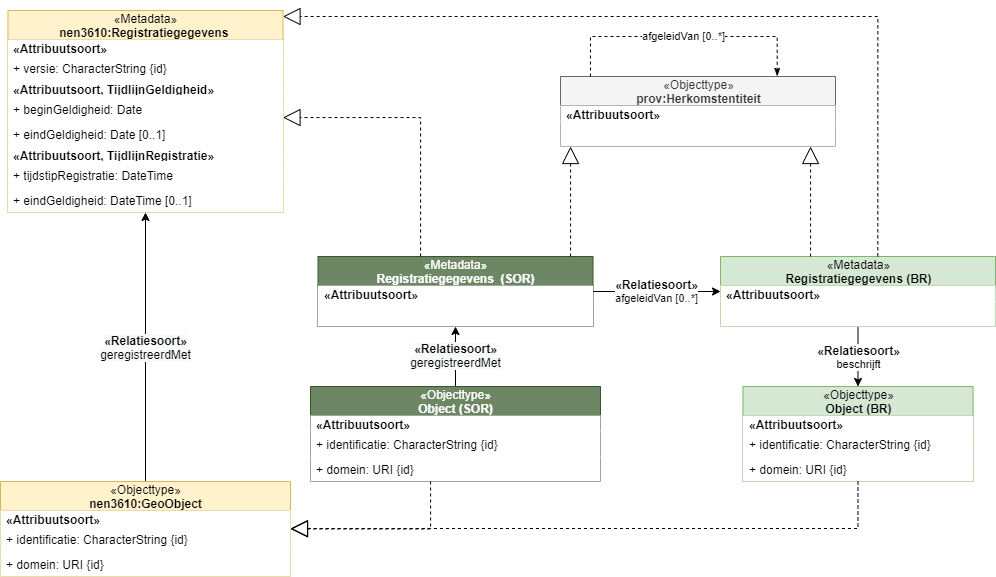
Before: media/metadata-herkomst-afleiding.drawio.png, a diagram exported from draw.io (Geonovum/disgeo-demo-3a). Source tidied: cells renumbered, new cells last; positions are measured from the earlier drawing's top-left corner, leaving out a move shared by most shapes. Source of this version:
```xml
<mxGraphModel>
  <root>
    <mxCell id="0" />
    <mxCell id="1" parent="0" />
    <mxCell id="2" value="&lt;span style=&quot;font-size: 12px ; background-color: rgb(248 , 249 , 250)&quot;&gt;&lt;b&gt;«Relatiesoort»&lt;br&gt;&lt;/b&gt;&lt;/span&gt;&lt;span style=&quot;font-size: 12px ; background-color: rgb(248 , 249 , 250)&quot;&gt;geregistreerdMet&lt;/span&gt;" style="rounded=0;jettySize=auto;html=1;" parent="1" edge="1" source="3" target="8">
      <mxGeometry relative="1" as="geometry" />
    </mxCell>
    <mxCell id="3" value="&lt;span style=&quot;font-weight: 400&quot;&gt;«Objecttype»&lt;/span&gt;&lt;br style=&quot;font-weight: 400&quot;&gt;Object (SOR)" style="swimlane;fontStyle=1;align=center;verticalAlign=middle;horizontal=1;startSize=29;html=1;fillColor=#6d8764;strokeColor=#3A5431;fontColor=#ffffff;" parent="1" vertex="1">
      <mxGeometry x="310" y="376" width="290" height="95" as="geometry" />
    </mxCell>
    <mxCell id="4" value="&lt;span style=&quot;text-align: center&quot;&gt;&lt;b&gt;«Attribuutsoort»&lt;/b&gt;&lt;/span&gt;" style="text;html=1;align=left;verticalAlign=middle;spacingLeft=4;spacingRight=4;overflow=hidden;fillColor=#ffffff;" parent="3" vertex="1">
      <mxGeometry y="29" width="290" height="16" as="geometry" />
    </mxCell>
    <mxCell id="5" value="+ identificatie: CharacterString {id}" style="text;html=1;align=left;verticalAlign=middle;spacingLeft=4;spacingRight=4;overflow=hidden;fillColor=#ffffff;" parent="3" vertex="1">
      <mxGeometry y="45" width="290" height="25" as="geometry" />
    </mxCell>
    <mxCell id="6" value="+ domein: URI {id}" style="text;html=1;align=left;verticalAlign=middle;spacingLeft=4;spacingRight=4;overflow=hidden;fillColor=#ffffff;" parent="3" vertex="1">
      <mxGeometry y="70" width="290" height="25" as="geometry" />
    </mxCell>
    <mxCell id="7" value="&lt;b style=&quot;font-size: 12px&quot;&gt;«Relatiesoort»&lt;br&gt;&lt;/b&gt;afgeleidVan [0..*]" style="edgeStyle=orthogonalEdgeStyle;rounded=0;jettySize=auto;html=1;" parent="1" edge="1" source="8" target="12">
      <mxGeometry relative="1" as="geometry" />
    </mxCell>
    <mxCell id="8" value="&lt;span style=&quot;font-weight: 400&quot;&gt;«Metadata»&lt;/span&gt;&lt;br style=&quot;font-weight: 400&quot;&gt;Registratiegegevens&amp;nbsp; (SOR)" style="swimlane;fontStyle=1;align=center;verticalAlign=middle;horizontal=1;startSize=29;html=1;fillColor=#6d8764;strokeColor=#3A5431;fontColor=#ffffff;" parent="1" vertex="1">
      <mxGeometry x="317.5" y="246" width="275" height="70" as="geometry" />
    </mxCell>
    <mxCell id="9" value="&lt;span style=&quot;text-align: center&quot;&gt;&lt;b&gt;«Attribuutsoort»&lt;/b&gt;&lt;/span&gt;" style="text;html=1;align=left;verticalAlign=middle;spacingLeft=4;spacingRight=4;overflow=hidden;fillColor=#ffffff;" parent="8" vertex="1">
      <mxGeometry y="29" width="275" height="16" as="geometry" />
    </mxCell>
    <mxCell id="10" style="text;html=1;align=left;verticalAlign=middle;spacingLeft=4;spacingRight=4;overflow=hidden;fillColor=#ffffff;" parent="8" vertex="1">
      <mxGeometry y="45" width="275" height="25" as="geometry" />
    </mxCell>
    <mxCell id="11" value="&lt;b style=&quot;font-size: 12px&quot;&gt;«Relatiesoort»&lt;br&gt;&lt;/b&gt;beschrijft" style="edgeStyle=orthogonalEdgeStyle;rounded=0;jettySize=auto;html=1;" parent="1" edge="1" source="12" target="15">
      <mxGeometry relative="1" as="geometry" />
    </mxCell>
    <mxCell id="12" value="&lt;span style=&quot;font-weight: 400&quot;&gt;«Metadata»&lt;/span&gt;&lt;br style=&quot;font-weight: 400&quot;&gt;Registratiegegevens (BR)" style="swimlane;fontStyle=1;align=center;verticalAlign=middle;horizontal=1;startSize=29;html=1;fillColor=#d5e8d4;strokeColor=#82b366;" parent="1" vertex="1">
      <mxGeometry x="720" y="246" width="275" height="70" as="geometry" />
    </mxCell>
    <mxCell id="13" value="&lt;span style=&quot;text-align: center&quot;&gt;&lt;b&gt;«Attribuutsoort»&lt;/b&gt;&lt;/span&gt;" style="text;html=1;align=left;verticalAlign=middle;spacingLeft=4;spacingRight=4;overflow=hidden;fillColor=#ffffff;" parent="12" vertex="1">
      <mxGeometry y="29" width="275" height="16" as="geometry" />
    </mxCell>
    <mxCell id="14" style="text;html=1;align=left;verticalAlign=middle;spacingLeft=4;spacingRight=4;overflow=hidden;fillColor=#ffffff;" parent="12" vertex="1">
      <mxGeometry y="45" width="275" height="25" as="geometry" />
    </mxCell>
    <mxCell id="15" value="&lt;span style=&quot;font-weight: 400&quot;&gt;«Objecttype»&lt;/span&gt;&lt;br style=&quot;font-weight: 400&quot;&gt;Object (BR)" style="swimlane;fontStyle=1;align=center;verticalAlign=middle;horizontal=1;startSize=29;html=1;fillColor=#d5e8d4;strokeColor=#82b366;" parent="1" vertex="1">
      <mxGeometry x="742.5" y="376" width="230" height="95" as="geometry" />
    </mxCell>
    <mxCell id="16" value="&lt;span style=&quot;text-align: center&quot;&gt;&lt;b&gt;«Attribuutsoort»&lt;/b&gt;&lt;/span&gt;" style="text;html=1;align=left;verticalAlign=middle;spacingLeft=4;spacingRight=4;overflow=hidden;fillColor=#ffffff;" parent="15" vertex="1">
      <mxGeometry y="29" width="230" height="16" as="geometry" />
    </mxCell>
    <mxCell id="17" value="+ identificatie: CharacterString {id}" style="text;html=1;align=left;verticalAlign=middle;spacingLeft=4;spacingRight=4;overflow=hidden;fillColor=#ffffff;" parent="15" vertex="1">
      <mxGeometry y="45" width="230" height="25" as="geometry" />
    </mxCell>
    <mxCell id="18" value="+ domein: URI {id}" style="text;html=1;align=left;verticalAlign=middle;spacingLeft=4;spacingRight=4;overflow=hidden;fillColor=#ffffff;" parent="15" vertex="1">
      <mxGeometry y="70" width="230" height="25" as="geometry" />
    </mxCell>
    <mxCell id="19" style="edgeStyle=orthogonalEdgeStyle;rounded=0;jettySize=auto;html=1;endArrow=block;endFill=0;endSize=15;dashed=1;" parent="1" edge="1" source="12" target="20">
      <mxGeometry relative="1" as="geometry">
        <Array as="points">
          <mxPoint x="810" y="166" />
          <mxPoint x="810" y="166" />
        </Array>
      </mxGeometry>
    </mxCell>
    <mxCell id="20" value="&lt;span style=&quot;font-weight: 400&quot;&gt;«Objecttype»&lt;/span&gt;&lt;br style=&quot;font-weight: 400&quot;&gt;prov:Herkomstentiteit" style="swimlane;fontStyle=1;align=center;verticalAlign=middle;horizontal=1;startSize=29;html=1;fillColor=#f5f5f5;strokeColor=#666666;fontColor=#333333;" parent="1" vertex="1">
      <mxGeometry x="560" y="66" width="275" height="70" as="geometry" />
    </mxCell>
    <mxCell id="21" value="&lt;span style=&quot;text-align: center&quot;&gt;&lt;b&gt;«Attribuutsoort»&lt;/b&gt;&lt;/span&gt;" style="text;html=1;align=left;verticalAlign=middle;spacingLeft=4;spacingRight=4;overflow=hidden;fillColor=#ffffff;" parent="20" vertex="1">
      <mxGeometry y="29" width="275" height="16" as="geometry" />
    </mxCell>
    <mxCell id="22" style="text;html=1;align=left;verticalAlign=middle;spacingLeft=4;spacingRight=4;overflow=hidden;fillColor=#ffffff;" parent="20" vertex="1">
      <mxGeometry y="45" width="275" height="25" as="geometry" />
    </mxCell>
    <mxCell id="23" value="afgeleidVan [0..*]" style="edgeStyle=elbowEdgeStyle;rounded=0;orthogonalLoop=1;jettySize=auto;html=1;endArrow=classicThin;endFill=1;endSize=6;exitX=0.109;exitY=0;exitDx=0;exitDy=0;exitPerimeter=0;dashed=1;elbow=vertical;entryX=0.788;entryY=-0.002;entryDx=0;entryDy=0;entryPerimeter=0;" parent="1" edge="1" source="20" target="20">
      <mxGeometry relative="1" as="geometry">
        <Array as="points">
          <mxPoint x="678" y="26" />
        </Array>
      </mxGeometry>
    </mxCell>
    <mxCell id="24" style="edgeStyle=orthogonalEdgeStyle;rounded=0;jettySize=auto;html=1;endArrow=block;endFill=0;endSize=15;dashed=1;" parent="1" edge="1" source="8" target="20">
      <mxGeometry relative="1" as="geometry">
        <Array as="points">
          <mxPoint x="570" y="176" />
          <mxPoint x="570" y="176" />
        </Array>
      </mxGeometry>
    </mxCell>
    <mxCell id="25" value="&lt;span style=&quot;font-size: 12px ; background-color: rgb(248 , 249 , 250)&quot;&gt;&lt;b&gt;«Relatiesoort»&lt;br&gt;&lt;/b&gt;&lt;/span&gt;&lt;span style=&quot;font-size: 12px ; background-color: rgb(248 , 249 , 250)&quot;&gt;geregistreerdMet&lt;/span&gt;" style="rounded=0;jettySize=auto;html=1;" parent="1" edge="1" source="26" target="30">
      <mxGeometry relative="1" as="geometry" />
    </mxCell>
    <mxCell id="26" value="&lt;span style=&quot;font-weight: 400&quot;&gt;«Objecttype»&lt;/span&gt;&lt;br style=&quot;font-weight: 400&quot;&gt;nen3610:GeoObject" style="swimlane;fontStyle=1;align=center;verticalAlign=middle;horizontal=1;startSize=29;html=1;fillColor=#fff2cc;strokeColor=#d6b656;" parent="1" vertex="1">
      <mxGeometry y="471" width="290" height="95" as="geometry" />
    </mxCell>
    <mxCell id="27" value="&lt;span style=&quot;text-align: center&quot;&gt;&lt;b&gt;«Attribuutsoort»&lt;/b&gt;&lt;/span&gt;" style="text;html=1;align=left;verticalAlign=middle;spacingLeft=4;spacingRight=4;overflow=hidden;fillColor=#ffffff;" parent="26" vertex="1">
      <mxGeometry y="29" width="290" height="16" as="geometry" />
    </mxCell>
    <mxCell id="28" value="+ identificatie: CharacterString {id}" style="text;html=1;align=left;verticalAlign=middle;spacingLeft=4;spacingRight=4;overflow=hidden;fillColor=#ffffff;" parent="26" vertex="1">
      <mxGeometry y="45" width="290" height="25" as="geometry" />
    </mxCell>
    <mxCell id="29" value="+ domein: URI {id}" style="text;html=1;align=left;verticalAlign=middle;spacingLeft=4;spacingRight=4;overflow=hidden;fillColor=#ffffff;" parent="26" vertex="1">
      <mxGeometry y="70" width="290" height="25" as="geometry" />
    </mxCell>
    <mxCell id="30" value="&lt;span style=&quot;font-weight: 400&quot;&gt;«Metadata»&lt;/span&gt;&lt;br style=&quot;font-weight: 400&quot;&gt;nen3610:Registratiegegevens&amp;nbsp;" style="swimlane;fontStyle=1;align=center;verticalAlign=middle;horizontal=1;startSize=29;html=1;fillColor=#fff2cc;strokeColor=#d6b656;" parent="1" vertex="1">
      <mxGeometry x="7.5" width="275" height="202" as="geometry" />
    </mxCell>
    <mxCell id="31" value="&lt;span style=&quot;text-align: center&quot;&gt;&lt;b&gt;«Attribuutsoort»&lt;/b&gt;&lt;/span&gt;" style="text;html=1;align=left;verticalAlign=middle;spacingLeft=4;spacingRight=4;overflow=hidden;fillColor=#ffffff;" parent="30" vertex="1">
      <mxGeometry y="29" width="275" height="16" as="geometry" />
    </mxCell>
    <mxCell id="32" value="+ versie: CharacterString {id}" style="text;html=1;align=left;verticalAlign=middle;spacingLeft=4;spacingRight=4;overflow=hidden;fillColor=#ffffff;" parent="30" vertex="1">
      <mxGeometry y="45" width="275" height="25" as="geometry" />
    </mxCell>
    <mxCell id="33" value="&lt;span style=&quot;text-align: center&quot;&gt;&lt;b&gt;«Attribuutsoort, TijdlijnGeldigheid»&lt;/b&gt;&lt;/span&gt;" style="text;html=1;align=left;verticalAlign=middle;spacingLeft=4;spacingRight=4;overflow=hidden;fillColor=#ffffff;" parent="30" vertex="1">
      <mxGeometry y="70" width="275" height="16" as="geometry" />
    </mxCell>
    <mxCell id="34" value="+ beginGeldigheid: Date" style="text;html=1;align=left;verticalAlign=middle;spacingLeft=4;spacingRight=4;overflow=hidden;fillColor=#ffffff;" parent="30" vertex="1">
      <mxGeometry y="86" width="275" height="25" as="geometry" />
    </mxCell>
    <mxCell id="35" value="+ eindGeldigheid: Date [0..1]" style="text;html=1;align=left;verticalAlign=middle;spacingLeft=4;spacingRight=4;overflow=hidden;fillColor=#ffffff;" parent="30" vertex="1">
      <mxGeometry y="111" width="275" height="25" as="geometry" />
    </mxCell>
    <mxCell id="36" value="&lt;span style=&quot;text-align: center&quot;&gt;&lt;b&gt;«Attribuutsoort, TijdlijnRegistratie»&lt;/b&gt;&lt;/span&gt;" style="text;html=1;align=left;verticalAlign=middle;spacingLeft=4;spacingRight=4;overflow=hidden;fillColor=#ffffff;" parent="30" vertex="1">
      <mxGeometry y="136" width="275" height="16" as="geometry" />
    </mxCell>
    <mxCell id="37" value="+ tijdstipRegistratie: DateTime" style="text;html=1;align=left;verticalAlign=middle;spacingLeft=4;spacingRight=4;overflow=hidden;fillColor=#ffffff;" parent="30" vertex="1">
      <mxGeometry y="152" width="275" height="25" as="geometry" />
    </mxCell>
    <mxCell id="38" value="+ eindGeldigheid: DateTime [0..1]" style="text;html=1;align=left;verticalAlign=middle;spacingLeft=4;spacingRight=4;overflow=hidden;fillColor=#ffffff;" parent="30" vertex="1">
      <mxGeometry y="177" width="275" height="25" as="geometry" />
    </mxCell>
    <mxCell id="39" style="edgeStyle=orthogonalEdgeStyle;rounded=0;jettySize=auto;html=1;endArrow=block;endFill=0;endSize=15;dashed=1;exitX=0.572;exitY=-0.003;exitDx=0;exitDy=0;exitPerimeter=0;" parent="1" edge="1" source="12" target="30">
      <mxGeometry relative="1" as="geometry">
        <Array as="points">
          <mxPoint x="877" y="6" />
        </Array>
      </mxGeometry>
    </mxCell>
    <mxCell id="40" style="edgeStyle=orthogonalEdgeStyle;rounded=0;jettySize=auto;html=1;endArrow=block;endFill=0;endSize=15;dashed=1;" parent="1" edge="1" source="8" target="30">
      <mxGeometry relative="1" as="geometry">
        <Array as="points">
          <mxPoint x="420" y="107" />
        </Array>
      </mxGeometry>
    </mxCell>
    <mxCell id="41" style="edgeStyle=orthogonalEdgeStyle;rounded=0;jettySize=auto;html=1;endArrow=block;endFill=0;endSize=15;dashed=1;" parent="1" edge="1" source="3" target="26">
      <mxGeometry relative="1" as="geometry">
        <Array as="points">
          <mxPoint x="430" y="518.5" />
        </Array>
      </mxGeometry>
    </mxCell>
    <mxCell id="42" style="edgeStyle=orthogonalEdgeStyle;rounded=0;jettySize=auto;html=1;endArrow=block;endFill=0;endSize=15;dashed=1;" parent="1" edge="1" source="15" target="26">
      <mxGeometry relative="1" as="geometry">
        <Array as="points">
          <mxPoint x="857" y="518" />
        </Array>
      </mxGeometry>
    </mxCell>
  </root>
</mxGraphModel>
```
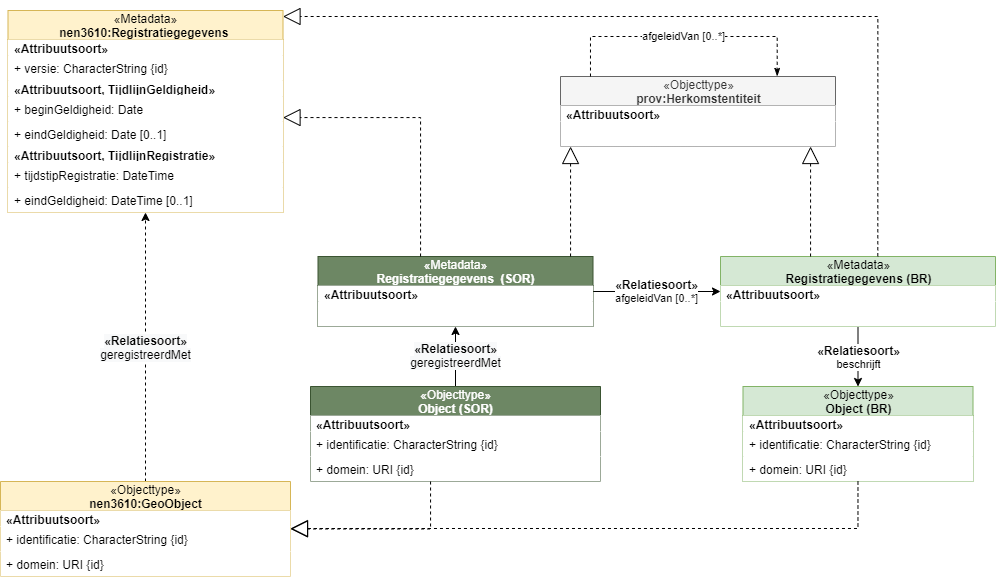
After the change.

Diff of the diagram source:
```diff
@@ -85,7 +85,7 @@
         </Array>
       </mxGeometry>
     </mxCell>
-    <mxCell id="25" value="&lt;span style=&quot;font-size: 12px ; background-color: rgb(248 , 249 , 250)&quot;&gt;&lt;b&gt;«Relatiesoort»&lt;br&gt;&lt;/b&gt;&lt;/span&gt;&lt;span style=&quot;font-size: 12px ; background-color: rgb(248 , 249 , 250)&quot;&gt;geregistreerdMet&lt;/span&gt;" style="rounded=0;jettySize=auto;html=1;" parent="1" edge="1" source="26" target="30">
+    <mxCell id="25" value="&lt;span style=&quot;font-size: 12px ; background-color: rgb(248 , 249 , 250)&quot;&gt;&lt;b&gt;«Relatiesoort»&lt;br&gt;&lt;/b&gt;&lt;/span&gt;&lt;span style=&quot;font-size: 12px ; background-color: rgb(248 , 249 , 250)&quot;&gt;geregistreerdMet&lt;/span&gt;" style="rounded=0;jettySize=auto;html=1;dashed=1;" parent="1" edge="1" source="26" target="30">
       <mxGeometry relative="1" as="geometry" />
     </mxCell>
     <mxCell id="26" value="&lt;span style=&quot;font-weight: 400&quot;&gt;«Objecttype»&lt;/span&gt;&lt;br style=&quot;font-weight: 400&quot;&gt;nen3610:GeoObject" style="swimlane;fontStyle=1;align=center;verticalAlign=middle;horizontal=1;startSize=29;html=1;fillColor=#fff2cc;strokeColor=#d6b656;" parent="1" vertex="1">
```
